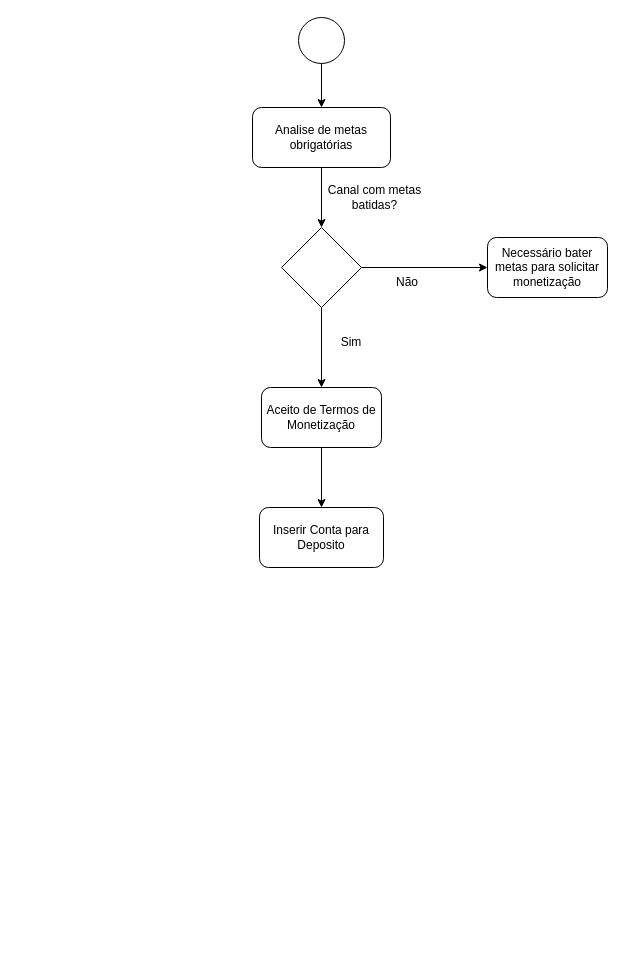
The draw.io diagram page "FluxoDeAtividadeMonetizacao" (14 of 20) of DiagramasPIMVII.drawio in GustavoFerreira143/PIMVIISistemaDeStreaming, before the edit. Source tidied: cells renumbered, new cells numbered last; positions are measured from the earlier drawing's top-left corner, leaving out a move shared by most shapes. Both pictures are drawn from the tidied source at 100%, with x=0, y=0 at pixel (252, 17).
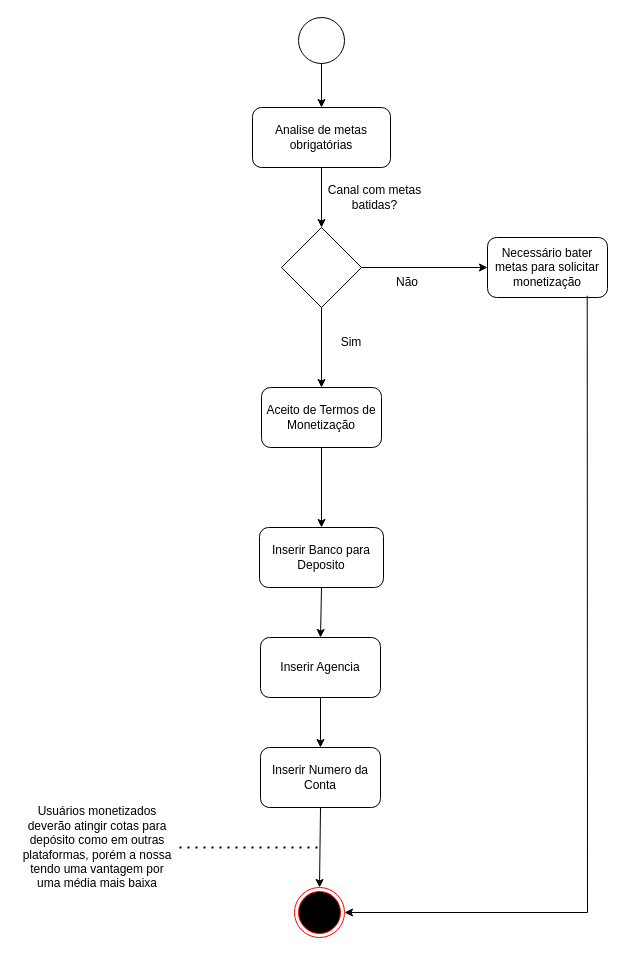
The same page after the edit.

The change refers to these unchanged cells:
```xml
<mxCell id="8" value="Necessário bater metas para solicitar monetização" style="rounded=1;whiteSpace=wrap;html=1;" parent="1" vertex="1">
  <mxGeometry x="235" y="220" width="120" height="60" as="geometry" />
</mxCell>
```

The edit, as a diff of the source:
```diff
@@
-    <mxCell id="14" value="Inserir Conta para Deposito" style="rounded=1;whiteSpace=wrap;html=1;" parent="1" vertex="1">
-      <mxGeometry x="7" y="490" width="124" height="60" as="geometry" />
+    <mxCell id="14" value="Inserir Banco para Deposito" style="rounded=1;whiteSpace=wrap;html=1;" parent="1" vertex="1">
+      <mxGeometry x="7" y="510" width="124" height="60" as="geometry" />
     </mxCell>
@@
+    <mxCell id="16" style="ellipse;html=1;shape=endState;fillColor=#000000;strokeColor=#ff0000;" parent="1" vertex="1">
+      <mxGeometry x="42" y="870" width="50" height="50" as="geometry" />
+    </mxCell>
+    <mxCell id="17" value="Usuários monetizados deverão atingir cotas para depósito como em outras plataformas, porém a nossa tendo uma vantagem por uma média mais baixa" style="text;html=1;align=center;verticalAlign=middle;whiteSpace=wrap;rounded=0;" parent="1" vertex="1">
+      <mxGeometry x="-235" y="765" width="160" height="130" as="geometry" />
+    </mxCell>
+    <mxCell id="18" style="endArrow=none;dashed=1;html=1;dashPattern=1 3;strokeWidth=2;rounded=0;entryX=1;entryY=0.5;entryDx=0;entryDy=0;" parent="1" edge="1" target="17">
+      <mxGeometry relative="1" as="geometry">
+        <mxPoint x="65" y="830" as="sourcePoint" />
+      </mxGeometry>
+    </mxCell>
+    <mxCell id="19" style="endArrow=classic;html=1;rounded=0;exitX=0.831;exitY=0.971;exitDx=0;exitDy=0;exitPerimeter=0;entryX=1;entryY=0.5;entryDx=0;entryDy=0;" parent="1" edge="1" source="8" target="16">
+      <mxGeometry relative="1" as="geometry">
+        <Array as="points">
+          <mxPoint x="335" y="895" />
+        </Array>
+      </mxGeometry>
+    </mxCell>
+    <mxCell id="20" value="Inserir Agencia" style="rounded=1;whiteSpace=wrap;html=1;" parent="1" vertex="1">
+      <mxGeometry x="8" y="620" width="120" height="60" as="geometry" />
+    </mxCell>
+    <mxCell id="21" value="Inserir Numero da Conta" style="rounded=1;whiteSpace=wrap;html=1;" parent="1" vertex="1">
+      <mxGeometry x="8" y="730" width="120" height="60" as="geometry" />
+    </mxCell>
+    <mxCell id="22" style="endArrow=classic;html=1;rounded=0;entryX=0.5;entryY=0;entryDx=0;entryDy=0;exitX=0.5;exitY=1;exitDx=0;exitDy=0;" parent="1" edge="1" source="20" target="21">
+      <mxGeometry relative="1" as="geometry" />
+    </mxCell>
+    <mxCell id="23" style="endArrow=classic;html=1;rounded=0;exitX=0.5;exitY=1;exitDx=0;exitDy=0;entryX=0.5;entryY=0;entryDx=0;entryDy=0;" parent="1" edge="1" source="14" target="20">
+      <mxGeometry relative="1" as="geometry" />
+    </mxCell>
+    <mxCell id="24" style="endArrow=classic;html=1;rounded=0;entryX=0.5;entryY=0;entryDx=0;entryDy=0;exitX=0.5;exitY=1;exitDx=0;exitDy=0;" parent="1" edge="1" source="21" target="16">
+      <mxGeometry relative="1" as="geometry" />
+    </mxCell>
```
